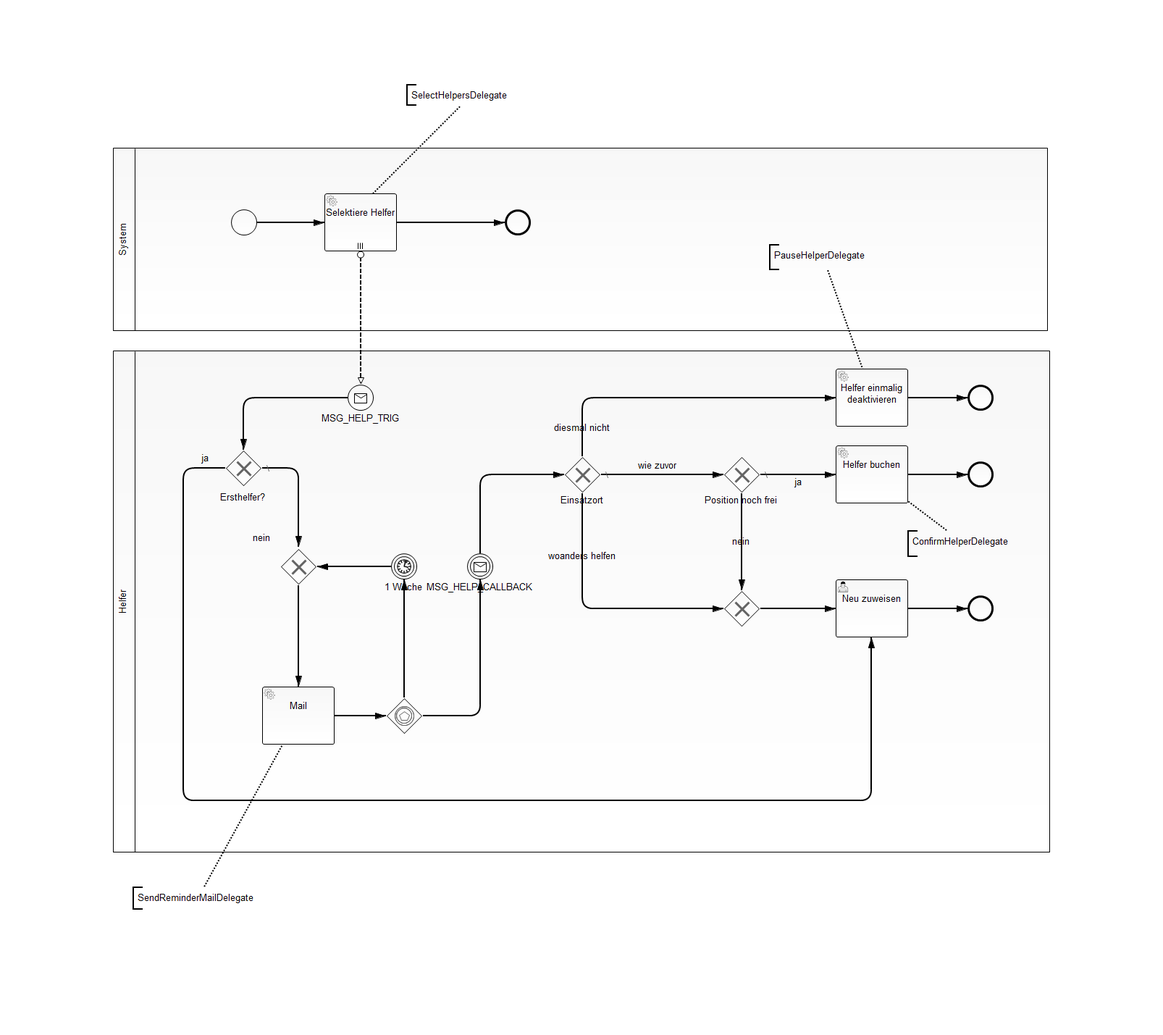
gheddie/speedys-resourceplanning keeps this BPMN diagram as resourceplanning-bpm/src/main/resources/RequestHelp.png. Above is the earlier version. Its source is kept beside it as resourceplanning-bpm/src/main/resources/RequestHelp.bpmn. Ids are renumbered.
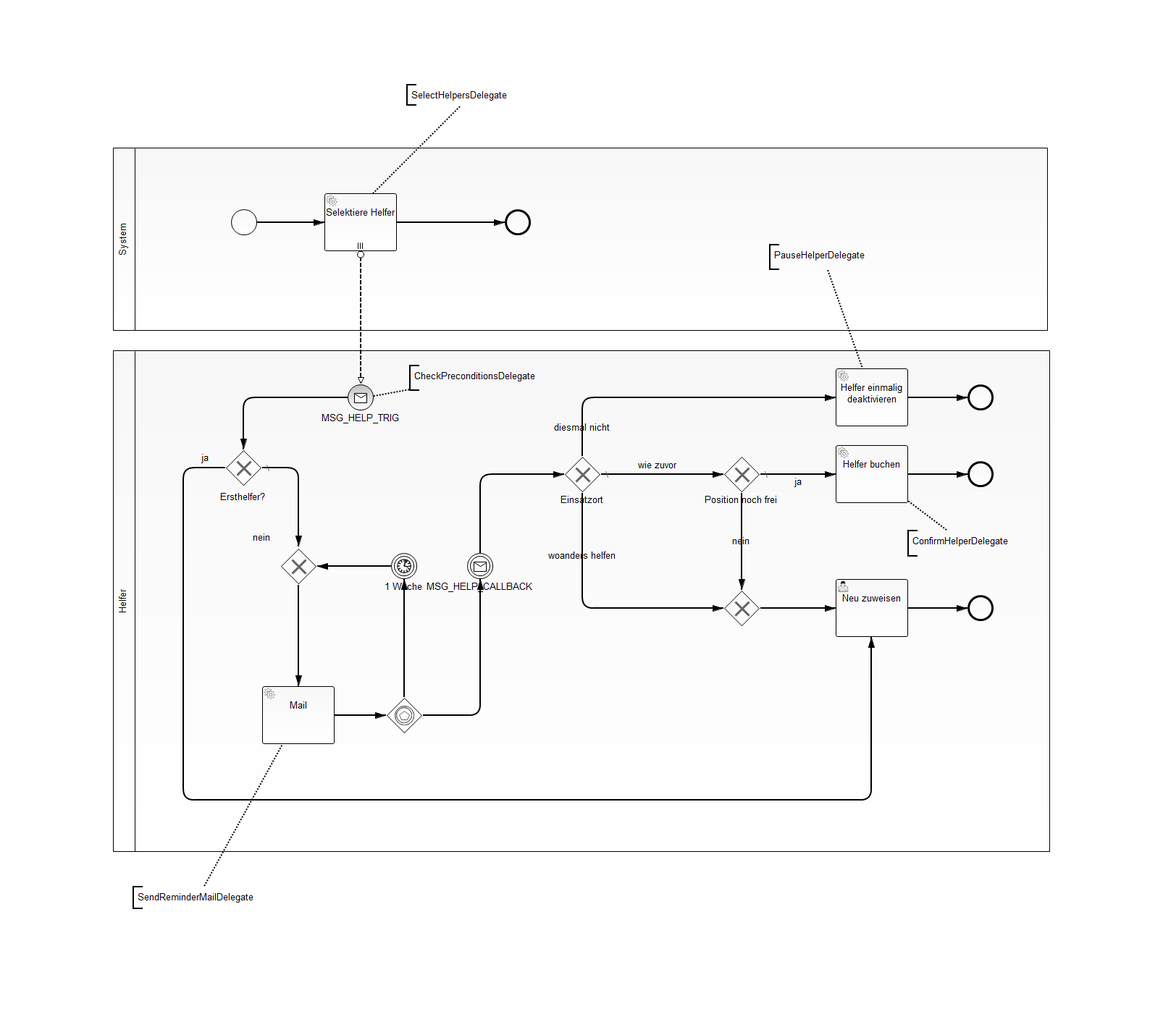
The same file after the commit.

What changed in the source:
```diff
@@ -130,6 +130,9 @@
       <bpmn:messageEventDefinition messageRef="Message_2"/>
     </bpmn:intermediateCatchEvent>
     <bpmn:startEvent id="StartEvent_n6" name="MSG_HELP_TRIG">
+      <bpmn:extensionElements>
+        <camunda:executionListener class="de.trispeedys.resourceplanning.delegate.requesthelp.CheckPreconditionsDelegate" event="start"/>
+      </bpmn:extensionElements>
       <bpmn:outgoing>SequenceFlow_1</bpmn:outgoing>
       <bpmn:messageEventDefinition messageRef="Message_1"/>
     </bpmn:startEvent>
@@ -137,6 +140,10 @@
       <bpmn:text>ConfirmHelperDelegate</bpmn:text>
     </bpmn:textAnnotation>
     <bpmn:association id="Association_5" sourceRef="TextAnnotation_5" targetRef="ServiceTask_n17"/>
+    <bpmn:textAnnotation id="TextAnnotation_1">
+      <bpmn:text>CheckPreconditionsDelegate</bpmn:text>
+    </bpmn:textAnnotation>
+    <bpmn:association id="Association_1" sourceRef="TextAnnotation_1" targetRef="StartEvent_n6"/>
   </bpmn:process>
   <bpmn:message id="Message_1" name="MSG_HELP_TRIG"/>
   <bpmn:message id="Message_2" name="MSG_HELP_CALLBACK"/>
@@ -438,6 +445,13 @@
           <dc:Bounds height="22.0" width="16.0" x="276.0" y="622.0"/>
         </bpmndi:BPMNLabel>
       </bpmndi:BPMNEdge>
+      <bpmndi:BPMNShape id="_BPMNShape_TextAnnotation_7" bpmnElement="TextAnnotation_1">
+        <dc:Bounds height="36.0" width="195.0" x="565.0" y="504.0"/>
+      </bpmndi:BPMNShape>
+      <bpmndi:BPMNEdge id="BPMNEdge_Association_1" bpmnElement="Association_1" sourceElement="_BPMNShape_TextAnnotation_7" targetElement="StartEvent_n6_di">
+        <di:waypoint xsi:type="dc:Point" x="565.0" y="538.0"/>
+        <di:waypoint xsi:type="dc:Point" x="516.0" y="546.0"/>
+      </bpmndi:BPMNEdge>
     </bpmndi:BPMNPlane>
   </bpmndi:BPMNDiagram>
 </bpmn:definitions>
```
